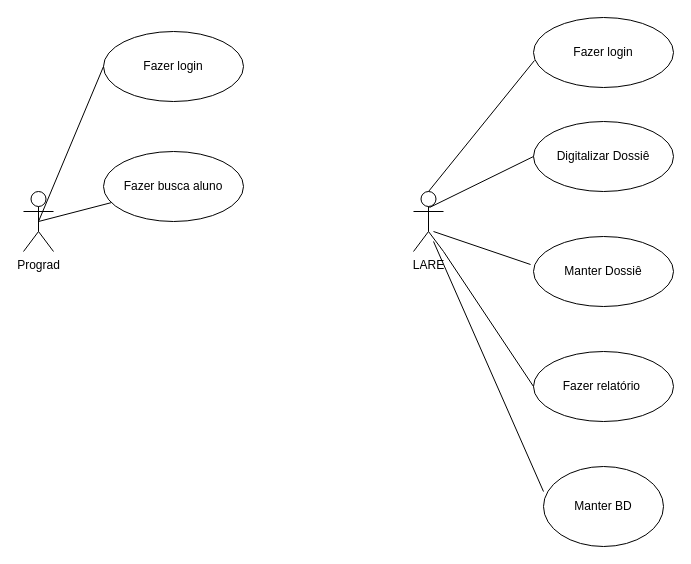
The draw.io diagram tcc/Untitled Diagram.drawio in mymarol/TCC, before the edit. Source tidied: cells renumbered, new cells numbered last; positions are measured from the earlier drawing's top-left corner, leaving out a move shared by most shapes. Both pictures are drawn from the tidied source at 100%, with x=0, y=0 at pixel (23, 17).
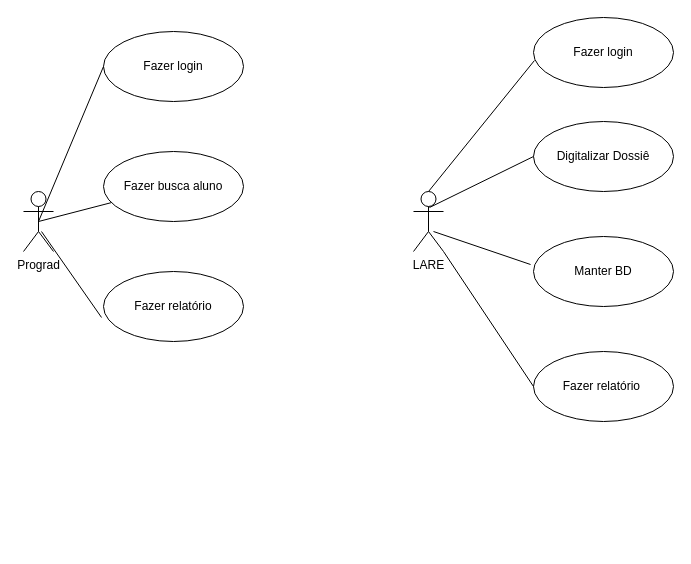
The same page after the edit.

Diff of the diagram source:
```diff
@@
 <mxGraphModel>
   <root>
     <mxCell id="0" />
     <mxCell id="1" parent="0" />
     <mxCell id="2" value="Prograd" style="shape=umlActor;verticalLabelPosition=bottom;labelBackgroundColor=#ffffff;verticalAlign=top;html=1;" parent="1" vertex="1">
       <mxGeometry y="174" width="30" height="60" as="geometry" />
     </mxCell>
     <mxCell id="3" value="Fazer login" style="ellipse;whiteSpace=wrap;html=1;" parent="1" vertex="1">
       <mxGeometry x="80" y="14" width="140" height="70" as="geometry" />
     </mxCell>
     <mxCell id="4" value="Fazer busca aluno" style="ellipse;whiteSpace=wrap;html=1;" parent="1" vertex="1">
       <mxGeometry x="80" y="134" width="140" height="70" as="geometry" />
     </mxCell>
     <mxCell id="5" style="edgeStyle=none;html=1;endArrow=none;verticalAlign=bottom;exitX=0.5;exitY=0.5;exitDx=0;exitDy=0;exitPerimeter=0;" parent="1" edge="1" source="2" target="4">
       <mxGeometry relative="1" as="geometry" />
     </mxCell>
     <mxCell id="6" style="edgeStyle=none;html=1;endArrow=none;verticalAlign=bottom;exitX=0.5;exitY=0.5;exitDx=0;exitDy=0;exitPerimeter=0;entryX=0;entryY=0.5;entryDx=0;entryDy=0;" parent="1" edge="1" source="2" target="3">
       <mxGeometry relative="1" as="geometry" />
     </mxCell>
     <mxCell id="7" value="LARE" style="shape=umlActor;html=1;verticalLabelPosition=bottom;verticalAlign=top;align=center;" parent="1" vertex="1">
       <mxGeometry x="390" y="174" width="30" height="60" as="geometry" />
     </mxCell>
     <mxCell id="8" value="Fazer login" style="ellipse;whiteSpace=wrap;html=1;" parent="1" vertex="1">
       <mxGeometry x="510" width="140" height="70" as="geometry" />
     </mxCell>
     <mxCell id="9" value="Digitalizar Dossiê" style="ellipse;whiteSpace=wrap;html=1;" parent="1" vertex="1">
       <mxGeometry x="510" y="104" width="140" height="70" as="geometry" />
     </mxCell>
-    <mxCell id="10" value="Manter Dossiê" style="ellipse;whiteSpace=wrap;html=1;" parent="1" vertex="1">
+    <mxCell id="10" value="Manter BD" style="ellipse;whiteSpace=wrap;html=1;" parent="1" vertex="1">
       <mxGeometry x="510" y="219" width="140" height="70" as="geometry" />
     </mxCell>
     <mxCell id="11" value="Fazer relatório&amp;nbsp;" style="ellipse;whiteSpace=wrap;html=1;" parent="1" vertex="1">
       <mxGeometry x="510" y="334" width="140" height="70" as="geometry" />
     </mxCell>
     <mxCell id="12" style="edgeStyle=none;html=1;endArrow=none;verticalAlign=bottom;exitX=1;exitY=1;exitDx=0;exitDy=0;exitPerimeter=0;entryX=0;entryY=0.5;entryDx=0;entryDy=0;" parent="1" edge="1" source="7" target="11">
       <mxGeometry relative="1" as="geometry" />
     </mxCell>
     <mxCell id="13" style="edgeStyle=none;html=1;endArrow=none;verticalAlign=bottom;entryX=-0.021;entryY=0.4;entryDx=0;entryDy=0;entryPerimeter=0;" parent="1" edge="1" target="10">
       <mxGeometry relative="1" as="geometry">
         <mxPoint x="410" y="214" as="sourcePoint" />
       </mxGeometry>
     </mxCell>
     <mxCell id="14" style="edgeStyle=none;html=1;endArrow=none;verticalAlign=bottom;exitX=0.533;exitY=0.267;exitDx=0;exitDy=0;exitPerimeter=0;entryX=0;entryY=0.5;entryDx=0;entryDy=0;" parent="1" edge="1" source="7" target="9">
       <mxGeometry relative="1" as="geometry" />
     </mxCell>
     <mxCell id="15" style="edgeStyle=none;html=1;endArrow=none;verticalAlign=bottom;exitX=0.5;exitY=0;exitDx=0;exitDy=0;exitPerimeter=0;entryX=0.007;entryY=0.614;entryDx=0;entryDy=0;entryPerimeter=0;" parent="1" edge="1" source="7" target="8">
       <mxGeometry relative="1" as="geometry" />
     </mxCell>
-    <mxCell id="16" value="Manter BD" style="ellipse;whiteSpace=wrap;html=1;" parent="1" vertex="1">
-      <mxGeometry x="520" y="449" width="120" height="80" as="geometry" />
-    </mxCell>
-    <mxCell id="17" style="endArrow=none;html=1;entryX=0.667;entryY=0.833;entryDx=0;entryDy=0;entryPerimeter=0;exitX=0;exitY=0.313;exitDx=0;exitDy=0;exitPerimeter=0;" parent="1" edge="1" source="16" target="7">
-      <mxGeometry relative="1" as="geometry" />
-    </mxCell>
+    <mxCell id="18" value="Fazer relatório" style="ellipse;whiteSpace=wrap;html=1;" parent="1" vertex="1">
+      <mxGeometry x="80" y="254" width="140" height="70" as="geometry" />
+    </mxCell>
+    <mxCell id="19" style="endArrow=none;html=1;entryX=-0.014;entryY=0.657;entryDx=0;entryDy=0;entryPerimeter=0;exitX=0.6;exitY=0.667;exitDx=0;exitDy=0;exitPerimeter=0;" parent="1" edge="1" source="2" target="18">
+      <mxGeometry relative="1" as="geometry" />
+    </mxCell>
   </root>
 </mxGraphModel>
```
